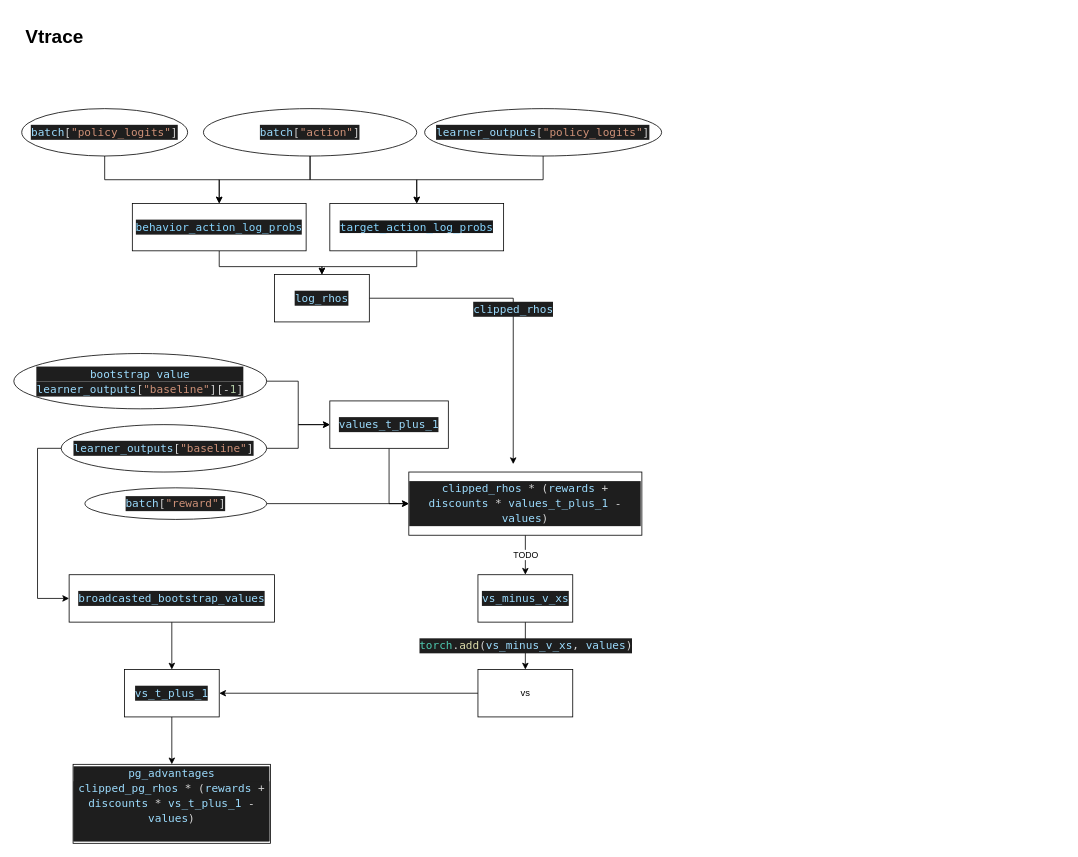
The draw.io diagram vtrace.drawio in mrzhuzhe/lust, before the edit. Source tidied: cells renumbered, new cells numbered last; positions are measured from the earlier drawing's top-left corner, leaving out a move shared by most shapes. Both pictures are drawn from the tidied source at 79%, with x=0, y=0 at pixel (13, 21).
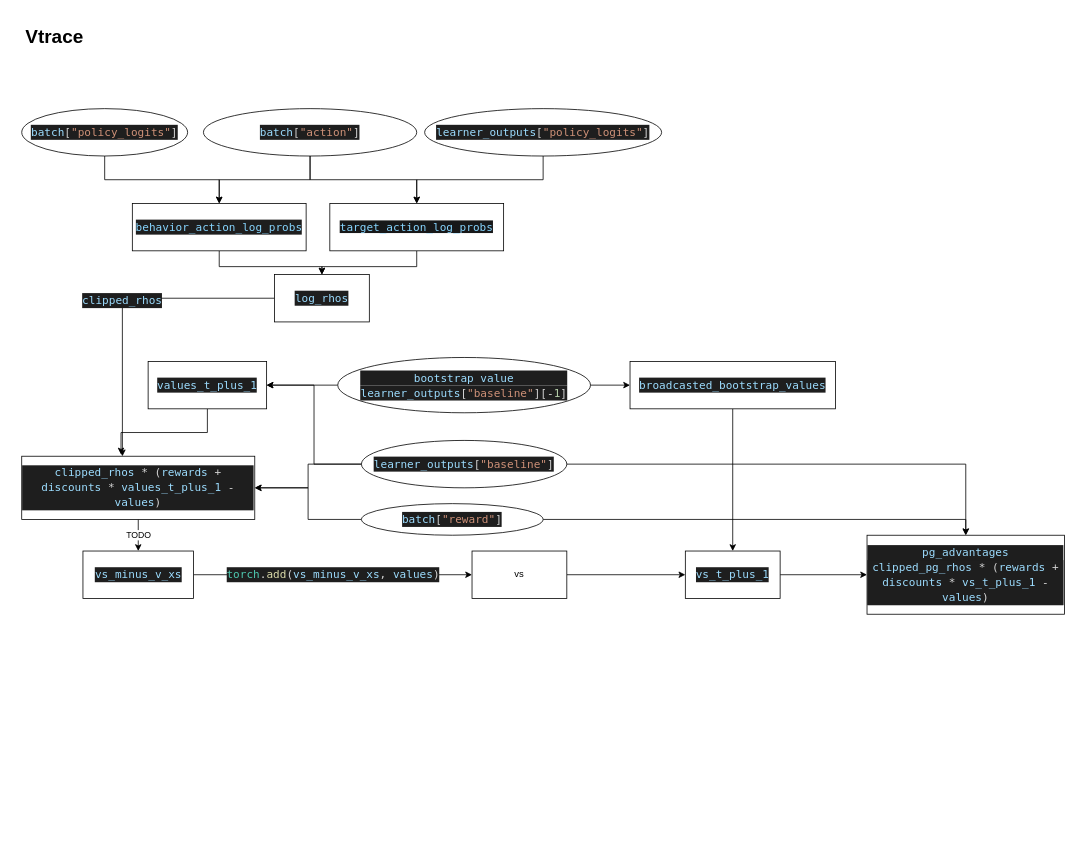
Above is the later version.

Unchanged cells that the change refers to:
```xml
<mxCell id="14" value="&lt;div style=&quot;color: rgb(212 , 212 , 212) ; background-color: rgb(30 , 30 , 30) ; font-family: &amp;#34;droid sans mono&amp;#34; , &amp;#34;monospace&amp;#34; , monospace ; font-size: 14px ; line-height: 19px&quot;&gt;&lt;span style=&quot;color: rgb(156 , 220 , 254)&quot;&gt;log_rhos&lt;/span&gt;&lt;/div&gt;" style="rounded=0;whiteSpace=wrap;html=1;" parent="1" vertex="1">
  <mxGeometry x="330" y="320" width="120" height="60" as="geometry" />
</mxCell>
```

What changed in the source:
```diff
@@
-    <mxCell id="13" value="&lt;div style=&quot;color: rgb(212, 212, 212); background-color: rgb(30, 30, 30); font-family: &amp;quot;droid sans mono&amp;quot;, &amp;quot;monospace&amp;quot;, monospace; font-weight: normal; font-size: 14px; line-height: 19px;&quot;&gt;&lt;div&gt;&lt;span style=&quot;color: #9cdcfe&quot;&gt;clipped_rhos&lt;/span&gt;&lt;/div&gt;&lt;/div&gt;" style="edgeStyle=orthogonalEdgeStyle;rounded=0;jettySize=auto;html=1;entryX=0.448;entryY=-0.125;entryDx=0;entryDy=0;entryPerimeter=0;" parent="1" edge="1" source="14" target="29">
-      <mxGeometry relative="1" as="geometry" />
+    <mxCell id="13" value="&lt;div style=&quot;color: rgb(212, 212, 212); background-color: rgb(30, 30, 30); font-family: &amp;quot;droid sans mono&amp;quot;, &amp;quot;monospace&amp;quot;, monospace; font-weight: normal; font-size: 14px; line-height: 19px;&quot;&gt;&lt;div&gt;&lt;span style=&quot;color: #9cdcfe&quot;&gt;clipped_rhos&lt;/span&gt;&lt;/div&gt;&lt;/div&gt;" style="edgeStyle=orthogonalEdgeStyle;rounded=0;jettySize=auto;html=1;entryX=0.432;entryY=0.001;entryDx=0;entryDy=0;entryPerimeter=0;" parent="1" edge="1" source="14" target="29">
+      <mxGeometry relative="1" as="geometry">
+        <Array as="points">
+          <mxPoint x="137" y="350" />
+        </Array>
+      </mxGeometry>
     </mxCell>
@@
-    <mxCell id="15" value="&lt;div style=&quot;color: rgb(212 , 212 , 212) ; background-color: rgb(30 , 30 , 30) ; font-family: &amp;#34;droid sans mono&amp;#34; , &amp;#34;monospace&amp;#34; , monospace ; font-weight: normal ; font-size: 14px ; line-height: 19px&quot;&gt;&lt;div&gt;&lt;span style=&quot;color: rgb(156 , 220 , 254)&quot;&gt;pg_advantages&lt;/span&gt;&lt;/div&gt;&lt;div&gt;&lt;span style=&quot;color: rgb(156 , 220 , 254)&quot;&gt;&lt;div style=&quot;color: rgb(212 , 212 , 212) ; background-color: rgb(30 , 30 , 30) ; font-family: &amp;#34;droid sans mono&amp;#34; , &amp;#34;monospace&amp;#34; , monospace ; line-height: 19px&quot;&gt;&lt;div&gt;&lt;span style=&quot;color: rgb(156 , 220 , 254)&quot;&gt;clipped_pg_rhos&lt;/span&gt; * (&lt;span style=&quot;color: rgb(156 , 220 , 254)&quot;&gt;rewards&lt;/span&gt; + &lt;span style=&quot;color: rgb(156 , 220 , 254)&quot;&gt;discounts&lt;/span&gt; * &lt;span style=&quot;color: rgb(156 , 220 , 254)&quot;&gt;vs_t_plus_1&lt;/span&gt; - &lt;span style=&quot;color: rgb(156 , 220 , 254)&quot;&gt;values&lt;/span&gt;)&lt;/div&gt;&lt;br&gt;&lt;/div&gt;&lt;/span&gt;&lt;/div&gt;&lt;/div&gt;" style="rounded=0;whiteSpace=wrap;html=1;" parent="1" vertex="1">
-      <mxGeometry x="75" y="940" width="250" height="100" as="geometry" />
+    <mxCell id="15" value="&lt;div style=&quot;color: rgb(212 , 212 , 212) ; background-color: rgb(30 , 30 , 30) ; font-family: &amp;#34;droid sans mono&amp;#34; , &amp;#34;monospace&amp;#34; , monospace ; font-weight: normal ; font-size: 14px ; line-height: 19px&quot;&gt;&lt;div&gt;&lt;span style=&quot;color: rgb(156 , 220 , 254)&quot;&gt;pg_advantages&lt;/span&gt;&lt;/div&gt;&lt;div&gt;&lt;span style=&quot;color: rgb(156 , 220 , 254)&quot;&gt;&lt;div style=&quot;color: rgb(212 , 212 , 212) ; background-color: rgb(30 , 30 , 30) ; font-family: &amp;#34;droid sans mono&amp;#34; , &amp;#34;monospace&amp;#34; , monospace ; line-height: 19px&quot;&gt;&lt;div&gt;&lt;span style=&quot;color: rgb(156 , 220 , 254)&quot;&gt;clipped_pg_rhos&lt;/span&gt; * (&lt;span style=&quot;color: rgb(156 , 220 , 254)&quot;&gt;rewards&lt;/span&gt; + &lt;span style=&quot;color: rgb(156 , 220 , 254)&quot;&gt;discounts&lt;/span&gt; * &lt;span style=&quot;color: rgb(156 , 220 , 254)&quot;&gt;vs_t_plus_1&lt;/span&gt; - &lt;span style=&quot;color: rgb(156 , 220 , 254)&quot;&gt;values&lt;/span&gt;)&lt;/div&gt;&lt;/div&gt;&lt;/span&gt;&lt;/div&gt;&lt;/div&gt;" style="rounded=0;whiteSpace=wrap;html=1;" parent="1" vertex="1">
+      <mxGeometry x="1080" y="650" width="250" height="100" as="geometry" />
     </mxCell>
-    <mxCell id="16" style="edgeStyle=orthogonalEdgeStyle;rounded=0;jettySize=auto;html=1;entryX=1;entryY=0.5;entryDx=0;entryDy=0;" parent="1" edge="1" source="17" target="35">
+    <mxCell id="16" style="edgeStyle=orthogonalEdgeStyle;rounded=0;jettySize=auto;html=1;entryX=0;entryY=0.5;entryDx=0;entryDy=0;" parent="1" edge="1" source="17" target="35">
       <mxGeometry relative="1" as="geometry" />
     </mxCell>
     <mxCell id="17" value="vs" style="rounded=0;whiteSpace=wrap;html=1;" parent="1" vertex="1">
-      <mxGeometry x="587.5" y="820" width="120" height="60" as="geometry" />
+      <mxGeometry x="580" y="670" width="120" height="60" as="geometry" />
     </mxCell>
@@
+    <mxCell id="36" style="edgeStyle=orthogonalEdgeStyle;rounded=0;jettySize=auto;html=1;entryX=0.5;entryY=0;entryDx=0;entryDy=0;" parent="1" edge="1" source="20" target="15">
+      <mxGeometry relative="1" as="geometry" />
+    </mxCell>
     <mxCell id="20" value="&lt;div style=&quot;color: rgb(212 , 212 , 212) ; background-color: rgb(30 , 30 , 30) ; font-family: &amp;#34;droid sans mono&amp;#34; , &amp;#34;monospace&amp;#34; , monospace ; font-size: 14px ; line-height: 19px&quot;&gt;&lt;span style=&quot;color: rgb(156 , 220 , 254)&quot;&gt;batch&lt;/span&gt;[&lt;span style=&quot;color: rgb(206 , 145 , 120)&quot;&gt;&quot;reward&quot;&lt;/span&gt;]&lt;/div&gt;" style="ellipse;whiteSpace=wrap;html=1;" parent="1" vertex="1">
-      <mxGeometry x="90" y="590" width="230" height="40" as="geometry" />
+      <mxGeometry x="440" y="610" width="230" height="40" as="geometry" />
     </mxCell>
+    <mxCell id="37" style="edgeStyle=orthogonalEdgeStyle;rounded=0;jettySize=auto;html=1;entryX=1;entryY=0.5;entryDx=0;entryDy=0;" parent="1" edge="1" source="23" target="29">
+      <mxGeometry relative="1" as="geometry" />
+    </mxCell>
-    <mxCell id="21" style="edgeStyle=orthogonalEdgeStyle;rounded=0;jettySize=auto;html=1;entryX=0;entryY=0.5;entryDx=0;entryDy=0;" parent="1" edge="1" source="23" target="27">
+    <mxCell id="21" style="edgeStyle=orthogonalEdgeStyle;rounded=0;jettySize=auto;html=1;entryX=1;entryY=0.5;entryDx=0;entryDy=0;" parent="1" edge="1" source="23" target="27">
       <mxGeometry relative="1" as="geometry" />
     </mxCell>
-    <mxCell id="22" style="edgeStyle=orthogonalEdgeStyle;rounded=0;jettySize=auto;html=1;entryX=0;entryY=0.5;entryDx=0;entryDy=0;" parent="1" edge="1" source="23" target="33">
-      <mxGeometry relative="1" as="geometry">
-        <Array as="points">
-          <mxPoint x="30" y="540" />
-          <mxPoint x="30" y="730" />
-        </Array>
-      </mxGeometry>
-    </mxCell>
+    <mxCell id="38" style="edgeStyle=orthogonalEdgeStyle;rounded=0;jettySize=auto;html=1;" parent="1" edge="1" source="23" target="15">
+      <mxGeometry relative="1" as="geometry" />
+    </mxCell>
     <mxCell id="23" value="&lt;div style=&quot;color: rgb(212 , 212 , 212) ; background-color: rgb(30 , 30 , 30) ; font-family: &amp;#34;droid sans mono&amp;#34; , &amp;#34;monospace&amp;#34; , monospace ; font-size: 14px ; line-height: 19px&quot;&gt;&lt;span style=&quot;color: rgb(156 , 220 , 254)&quot;&gt;learner_outputs&lt;/span&gt;[&lt;span style=&quot;color: rgb(206 , 145 , 120)&quot;&gt;&quot;baseline&quot;&lt;/span&gt;]&lt;/div&gt;" style="ellipse;whiteSpace=wrap;html=1;" parent="1" vertex="1">
-      <mxGeometry x="60" y="510" width="260" height="60" as="geometry" />
+      <mxGeometry x="440" y="530" width="260" height="60" as="geometry" />
     </mxCell>
-    <mxCell id="24" style="edgeStyle=orthogonalEdgeStyle;rounded=0;jettySize=auto;html=1;entryX=0;entryY=0.5;entryDx=0;entryDy=0;" parent="1" edge="1" source="25" target="27">
+    <mxCell id="24" style="edgeStyle=orthogonalEdgeStyle;rounded=0;jettySize=auto;html=1;entryX=1;entryY=0.5;entryDx=0;entryDy=0;" parent="1" edge="1" source="25" target="27">
       <mxGeometry relative="1" as="geometry" />
     </mxCell>
+    <mxCell id="39" style="edgeStyle=orthogonalEdgeStyle;rounded=0;jettySize=auto;html=1;entryX=0;entryY=0.5;entryDx=0;entryDy=0;" parent="1" edge="1" source="25" target="33">
+      <mxGeometry relative="1" as="geometry" />
+    </mxCell>
     <mxCell id="25" value="&lt;div style=&quot;color: rgb(212 , 212 , 212) ; background-color: rgb(30 , 30 , 30) ; font-family: &amp;#34;droid sans mono&amp;#34; , &amp;#34;monospace&amp;#34; , monospace ; font-size: 14px ; line-height: 19px&quot;&gt;&lt;span style=&quot;color: rgb(156 , 220 , 254)&quot;&gt;bootstrap value&lt;/span&gt;&lt;/div&gt;&lt;div style=&quot;color: rgb(212 , 212 , 212) ; background-color: rgb(30 , 30 , 30) ; font-family: &amp;#34;droid sans mono&amp;#34; , &amp;#34;monospace&amp;#34; , monospace ; font-size: 14px ; line-height: 19px&quot;&gt;&lt;span style=&quot;color: rgb(156 , 220 , 254)&quot;&gt;learner_outputs&lt;/span&gt;[&lt;span style=&quot;color: rgb(206 , 145 , 120)&quot;&gt;&quot;baseline&quot;&lt;/span&gt;][-&lt;span style=&quot;color: rgb(181 , 206 , 168)&quot;&gt;1&lt;/span&gt;]&lt;/div&gt;" style="ellipse;whiteSpace=wrap;html=1;" parent="1" vertex="1">
-      <mxGeometry y="420" width="320" height="70" as="geometry" />
+      <mxGeometry x="410" y="425" width="320" height="70" as="geometry" />
     </mxCell>
-    <mxCell id="26" style="edgeStyle=orthogonalEdgeStyle;rounded=0;jettySize=auto;html=1;entryX=0;entryY=0.5;entryDx=0;entryDy=0;" parent="1" edge="1" source="27" target="29">
+    <mxCell id="26" style="edgeStyle=orthogonalEdgeStyle;rounded=0;jettySize=auto;html=1;entryX=0.426;entryY=-0.028;entryDx=0;entryDy=0;entryPerimeter=0;" parent="1" edge="1" source="27" target="29">
       <mxGeometry relative="1" as="geometry" />
     </mxCell>
     <mxCell id="27" value="&lt;div style=&quot;color: rgb(212 , 212 , 212) ; background-color: rgb(30 , 30 , 30) ; font-family: &amp;#34;droid sans mono&amp;#34; , &amp;#34;monospace&amp;#34; , monospace ; font-size: 14px ; line-height: 19px&quot;&gt;&lt;span style=&quot;color: rgb(156 , 220 , 254)&quot;&gt;values_t_plus_1&lt;/span&gt;&lt;/div&gt;" style="rounded=0;whiteSpace=wrap;html=1;" parent="1" vertex="1">
-      <mxGeometry x="400" y="480" width="150" height="60" as="geometry" />
+      <mxGeometry x="170" y="430" width="150" height="60" as="geometry" />
     </mxCell>
@@
     <mxCell id="29" value="&lt;div style=&quot;color: rgb(212 , 212 , 212) ; background-color: rgb(30 , 30 , 30) ; font-family: &amp;#34;droid sans mono&amp;#34; , &amp;#34;monospace&amp;#34; , monospace ; font-size: 14px ; line-height: 19px&quot;&gt;&lt;span style=&quot;color: rgb(156 , 220 , 254)&quot;&gt;clipped_rhos&lt;/span&gt; * (&lt;span style=&quot;color: rgb(156 , 220 , 254)&quot;&gt;rewards&lt;/span&gt; + &lt;span style=&quot;color: rgb(156 , 220 , 254)&quot;&gt;discounts&lt;/span&gt; * &lt;span style=&quot;color: rgb(156 , 220 , 254)&quot;&gt;values_t_plus_1&lt;/span&gt; - &lt;span style=&quot;color: rgb(156 , 220 , 254)&quot;&gt;values&lt;/span&gt;)&lt;/div&gt;" style="rounded=0;whiteSpace=wrap;html=1;" parent="1" vertex="1">
-      <mxGeometry x="500" y="570" width="295" height="80" as="geometry" />
+      <mxGeometry x="10" y="550" width="295" height="80" as="geometry" />
     </mxCell>
@@
     <mxCell id="31" value="&lt;div style=&quot;color: rgb(212 , 212 , 212) ; background-color: rgb(30 , 30 , 30) ; font-family: &amp;#34;droid sans mono&amp;#34; , &amp;#34;monospace&amp;#34; , monospace ; font-size: 14px ; line-height: 19px&quot;&gt;&lt;span style=&quot;color: rgb(156 , 220 , 254)&quot;&gt;vs_minus_v_xs&lt;/span&gt;&lt;/div&gt;" style="rounded=0;whiteSpace=wrap;html=1;" parent="1" vertex="1">
-      <mxGeometry x="587.5" y="700" width="120" height="60" as="geometry" />
+      <mxGeometry x="87.5" y="670" width="140" height="60" as="geometry" />
     </mxCell>
@@
     <mxCell id="33" value="&lt;div style=&quot;color: rgb(212 , 212 , 212) ; background-color: rgb(30 , 30 , 30) ; font-family: &amp;#34;droid sans mono&amp;#34; , &amp;#34;monospace&amp;#34; , monospace ; font-size: 14px ; line-height: 19px&quot;&gt;&lt;span style=&quot;color: rgb(156 , 220 , 254)&quot;&gt;broadcasted_bootstrap_values&lt;/span&gt;&lt;/div&gt;" style="rounded=0;whiteSpace=wrap;html=1;" parent="1" vertex="1">
-      <mxGeometry x="70" y="700" width="260" height="60" as="geometry" />
+      <mxGeometry x="780" y="430" width="260" height="60" as="geometry" />
     </mxCell>
@@
     <mxCell id="35" value="&lt;div style=&quot;color: rgb(212 , 212 , 212) ; background-color: rgb(30 , 30 , 30) ; font-family: &amp;#34;droid sans mono&amp;#34; , &amp;#34;monospace&amp;#34; , monospace ; font-size: 14px ; line-height: 19px&quot;&gt;&lt;span style=&quot;color: rgb(156 , 220 , 254)&quot;&gt;vs_t_plus_1&lt;/span&gt;&lt;/div&gt;" style="rounded=0;whiteSpace=wrap;html=1;" parent="1" vertex="1">
-      <mxGeometry x="140" y="820" width="120" height="60" as="geometry" />
+      <mxGeometry x="850" y="670" width="120" height="60" as="geometry" />
     </mxCell>
```
